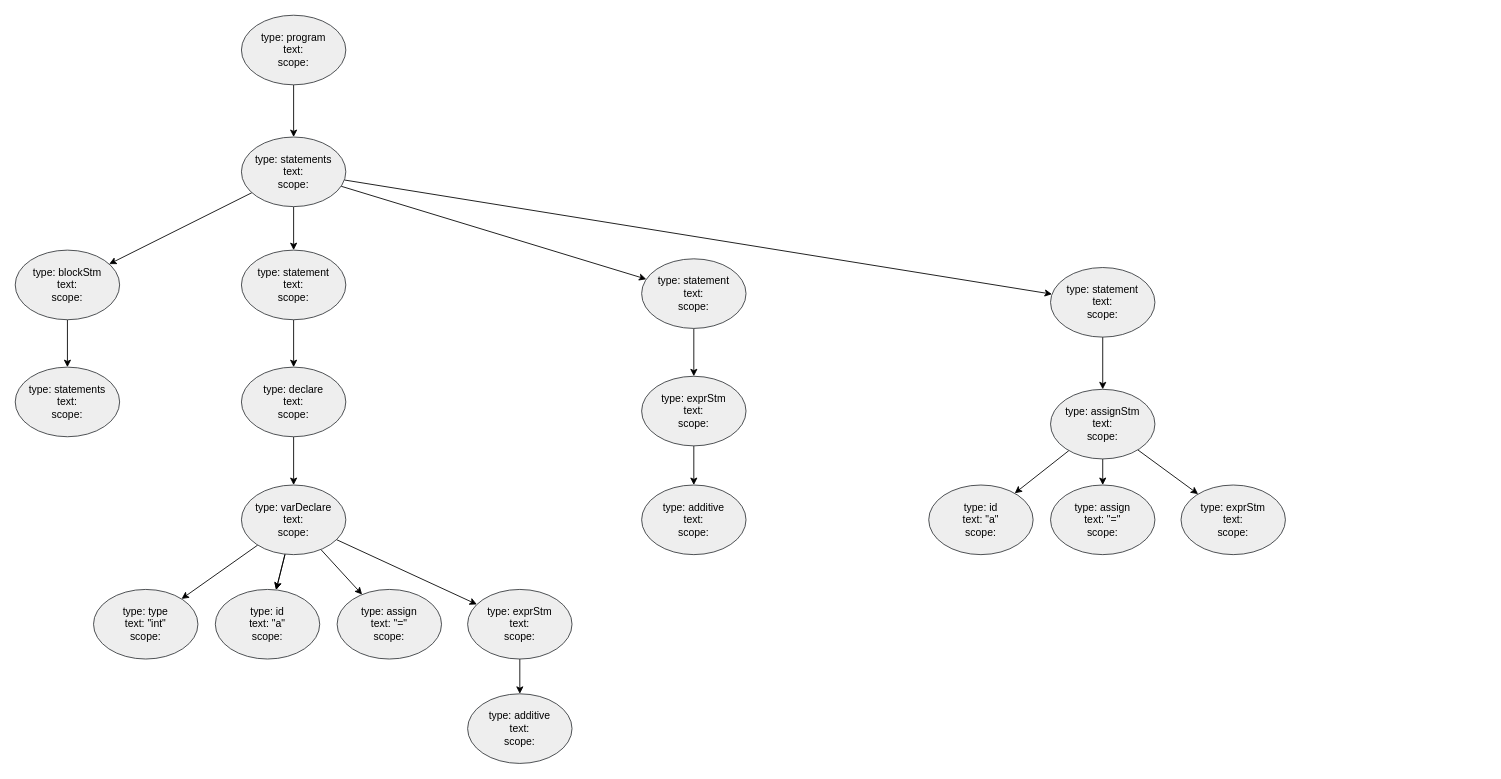
Before: page "语法分析" (3 of 3) of docs/scope.drawio in zexho994/Zex, a draw.io diagram. Source tidied: cells renumbered, new cells numbered last; positions are measured from the earlier drawing's top-left corner, leaving out a move shared by most shapes. Both pictures are drawn from the tidied source at 87%, with x=0, y=0 at pixel (15, 15).
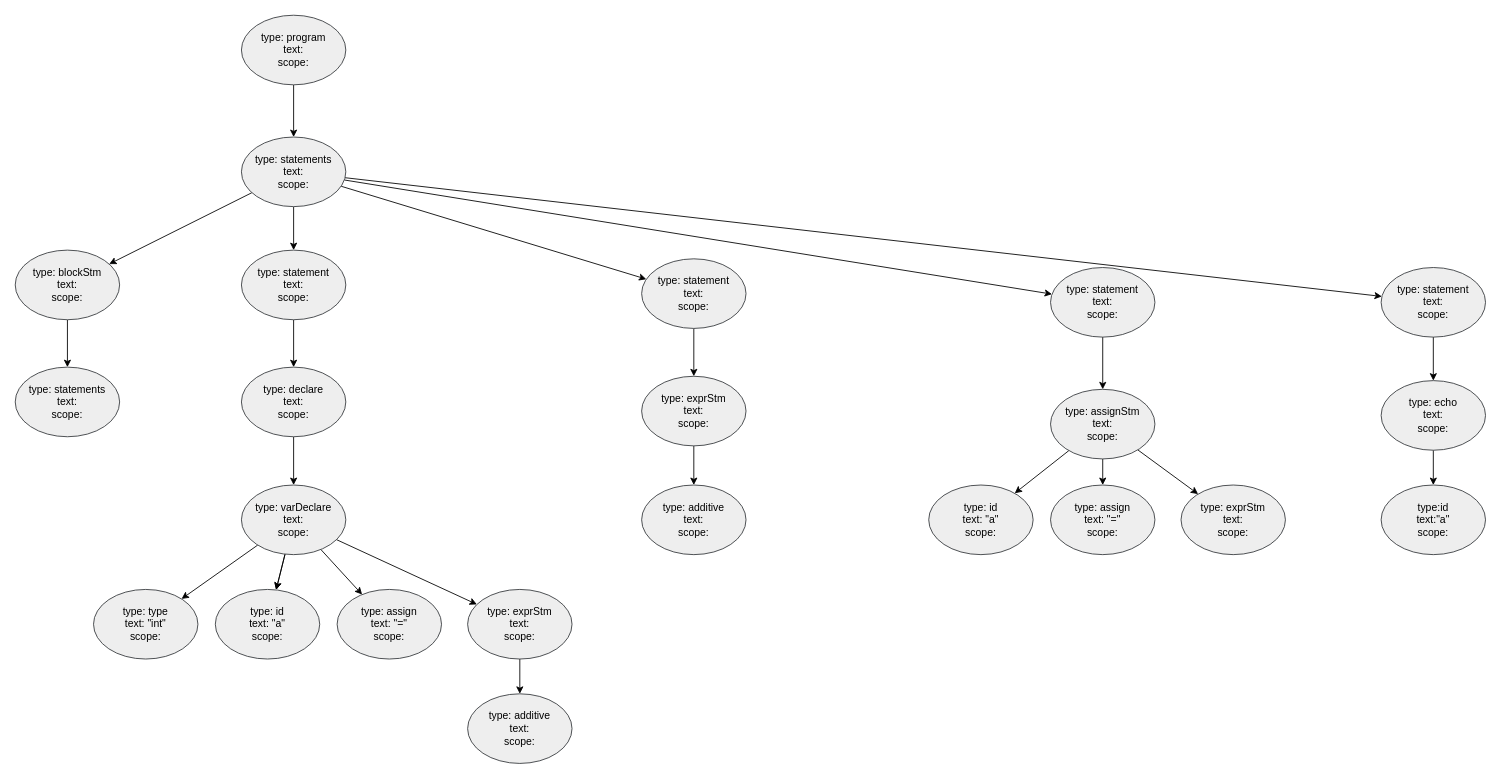
The same page after the edit.

Commit message (it also covers changes not shown here):
statement 添加 echo 支持

Unchanged cells that the change refers to:
```xml
<mxCell id="11" value="type: statements&lt;br&gt;text:&lt;br&gt;scope:" style="ellipse;whiteSpace=wrap;html=1;fillColor=#eeeeee;strokeColor=#36393d;" parent="1" vertex="1">
  <mxGeometry x="260" y="140" width="120" height="80" as="geometry" />
</mxCell>
```

Diff of the diagram source:
```diff
@@
+    <mxCell id="42" style="rounded=0;jettySize=auto;html=1;" parent="1" edge="1" source="11" target="44">
+      <mxGeometry relative="1" as="geometry" />
+    </mxCell>
@@
+    <mxCell id="43" style="edgeStyle=none;rounded=0;jettySize=auto;html=1;" parent="1" edge="1" source="44" target="46">
+      <mxGeometry relative="1" as="geometry" />
+    </mxCell>
+    <mxCell id="44" value="type: statement&lt;br&gt;text:&lt;br&gt;scope:" style="ellipse;whiteSpace=wrap;html=1;fillColor=#eeeeee;strokeColor=#36393d;" parent="1" vertex="1">
+      <mxGeometry x="1570" y="290" width="120" height="80" as="geometry" />
+    </mxCell>
+    <mxCell id="45" style="edgeStyle=none;rounded=0;jettySize=auto;html=1;" parent="1" edge="1" source="46" target="47">
+      <mxGeometry relative="1" as="geometry" />
+    </mxCell>
+    <mxCell id="46" value="type: echo&lt;br&gt;text:&lt;br&gt;scope:" style="ellipse;whiteSpace=wrap;html=1;fillColor=#eeeeee;strokeColor=#36393d;" parent="1" vertex="1">
+      <mxGeometry x="1570" y="420" width="120" height="80" as="geometry" />
+    </mxCell>
+    <mxCell id="47" value="type:id&lt;br&gt;text:&quot;a&quot;&lt;br&gt;scope:" style="ellipse;whiteSpace=wrap;html=1;fillColor=#eeeeee;strokeColor=#36393d;" parent="1" vertex="1">
+      <mxGeometry x="1570" y="540" width="120" height="80" as="geometry" />
+    </mxCell>
```
